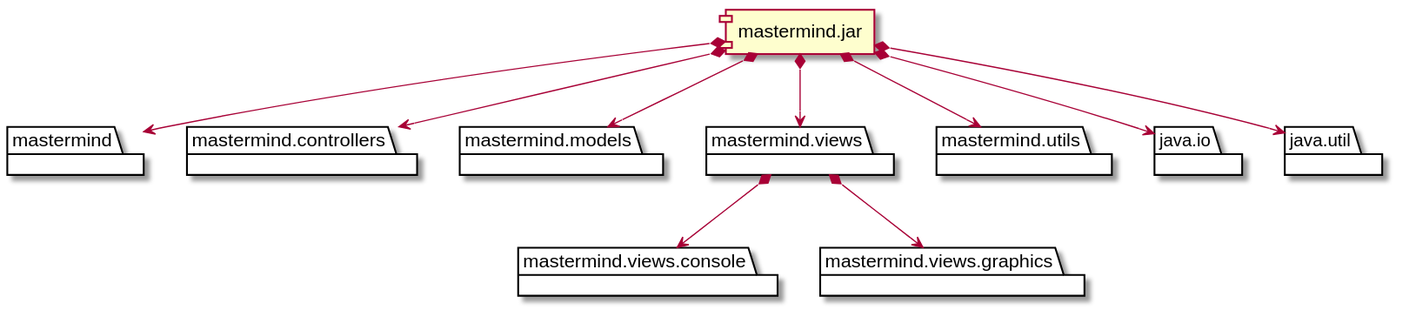
Earlier version of the PlantUML export docs/build/docs/asciidoc/images/diagramaImplementacion.svg (amartinm82/mastermind).
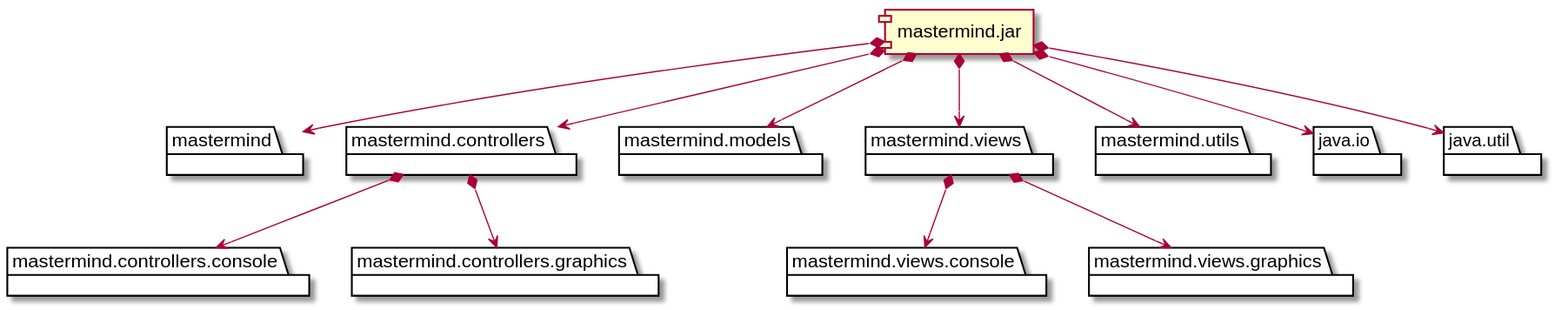
After the commit.

What changed in the source:
```diff
@@ -3,6 +3,10 @@
 package "  "  as mastermind {
 }
 package "  "  as mastermind.controllers {
+}
+package "  "  as mastermind.controllers.console {
+}
+package "  "  as mastermind.controllers.graphics {
 }
 package "  "  as mastermind.models {
 }
@@ -23,6 +27,8 @@
 
 jar *--> mastermind
 jar *--> mastermind.controllers
+mastermind.controllers *--> mastermind.controllers.console
+mastermind.controllers *--> mastermind.controllers.graphics
 jar *--> mastermind.models
 jar *--> mastermind.views
 mastermind.views *--> mastermind.views.console
```
